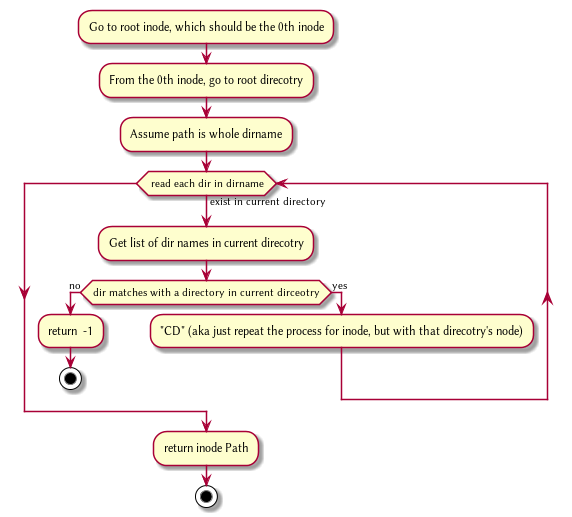
Earlier version of the PlantUML export Plant/getDirPath.png (HawaiinPizza/CIS-450-final-project).
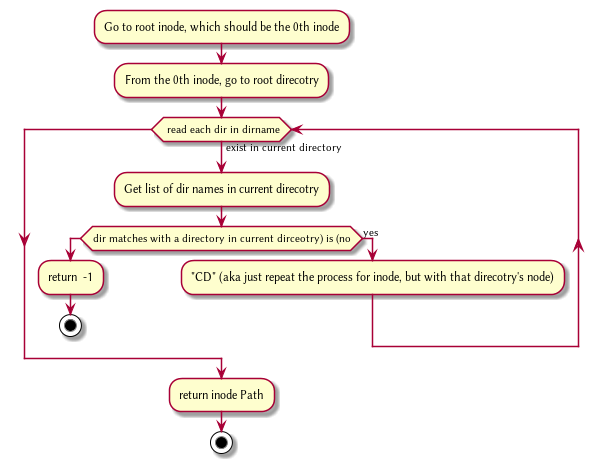
The same diagram one commit later.

What changed in the source:
```diff
@@ -1,10 +1,9 @@
 @startuml
 :Go to root inode, which should be the 0th inode;
 :From the 0th inode, go to root direcotry;
-:Assume path is whole dirname;
   while( read each dir in dirname) is (exist in current directory)
 	  :Get list of dir names in current direcotry;
-	  if(dir matches with a directory in current dirceotry) then (no)
+	  if(dir matches with a directory in current dirceotry) is (no)
 		  :return  -1;
 		  stop
 	  else (yes)
```
